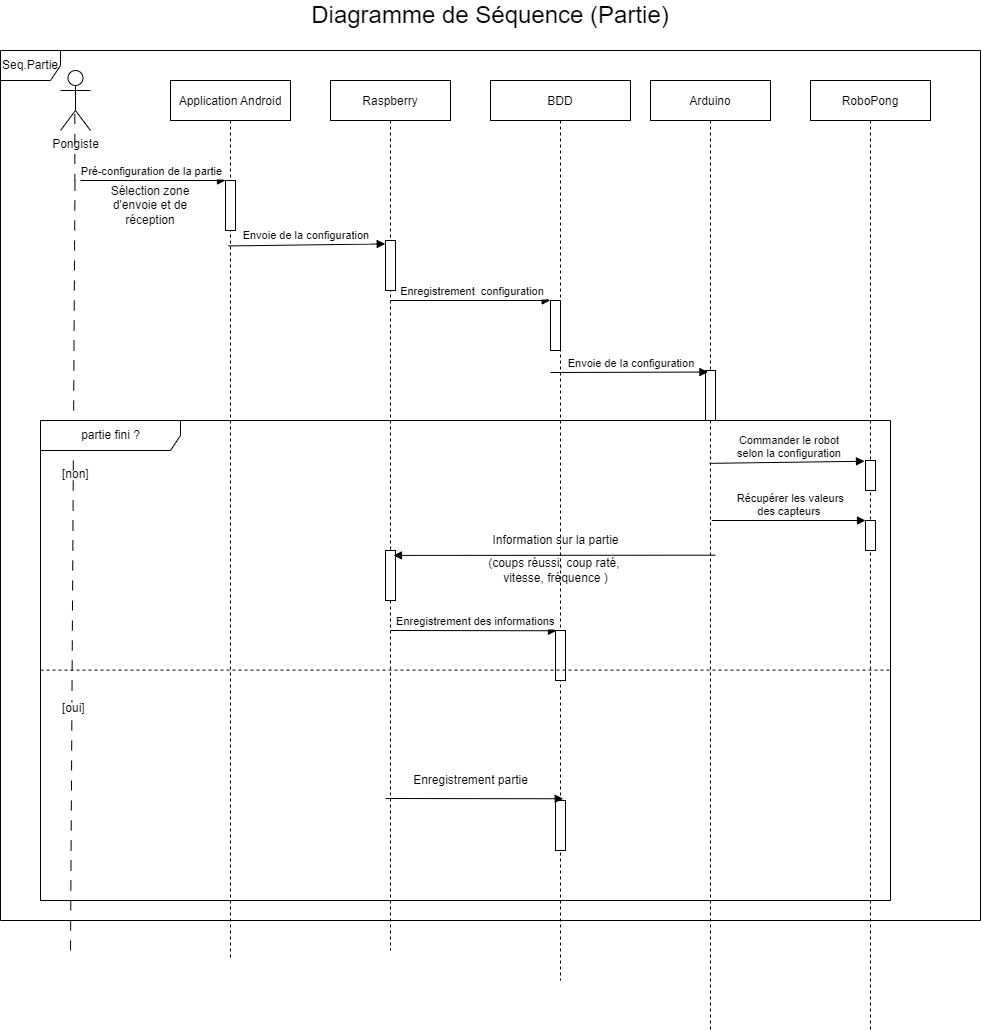
Before: Diagramme/Diagramme de Séquence (Partie).drawio.png, a diagram exported from draw.io (Hazim-AS/SensorPong). Source tidied: cells renumbered, new cells last; positions are measured from the earlier drawing's top-left corner, leaving out a move shared by most shapes.
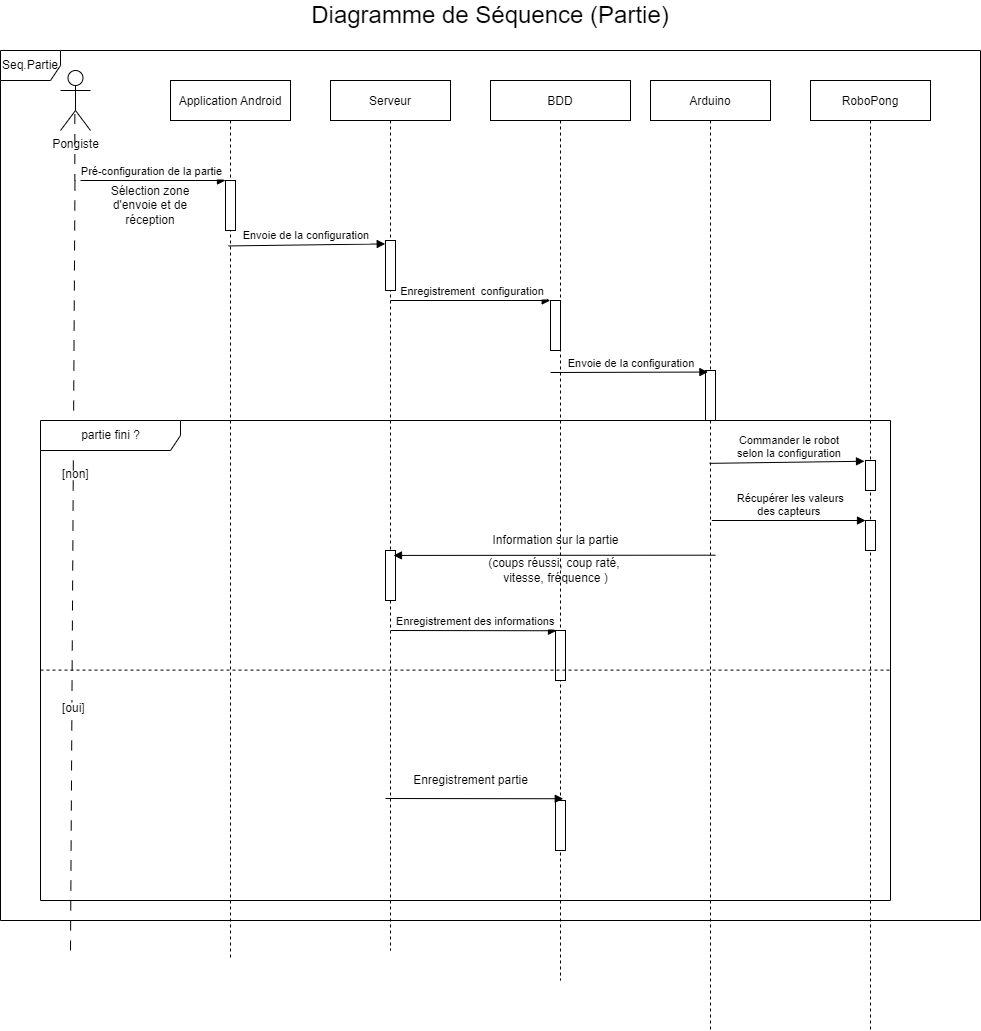
The same diagram one commit later.

Diff of the diagram source:
```diff
@@ -11,7 +11,7 @@
     <mxCell id="4" style="points=[];perimeter=orthogonalPerimeter;rounded=0;shadow=0;strokeWidth=1;" parent="3" vertex="1">
       <mxGeometry x="55" y="100" width="10" height="50" as="geometry" />
     </mxCell>
-    <mxCell id="5" value="Raspberry" style="shape=umlLifeline;perimeter=lifelinePerimeter;rounded=0;shadow=0;strokeWidth=1;" parent="1" vertex="1">
+    <mxCell id="5" value="Serveur" style="shape=umlLifeline;perimeter=lifelinePerimeter;rounded=0;shadow=0;strokeWidth=1;" parent="1" vertex="1">
       <mxGeometry x="330" y="80" width="120" height="870" as="geometry" />
     </mxCell>
     <mxCell id="6" style="points=[];perimeter=orthogonalPerimeter;rounded=0;shadow=0;strokeWidth=1;" parent="5" vertex="1">
```
